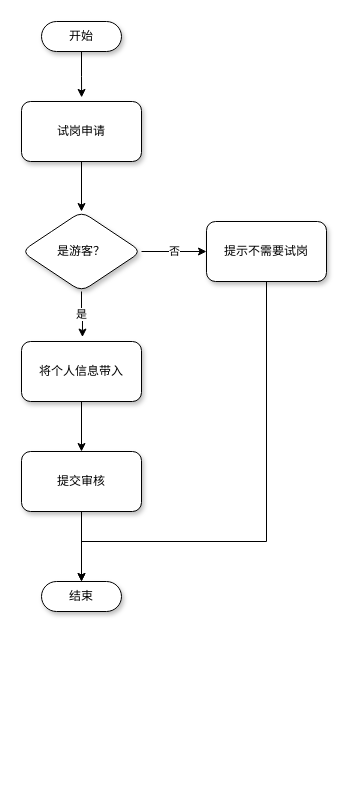
bey6/flowchart keeps this draw.io diagram as Untitled Diagram.drawio. Above is the earlier version. Source tidied: cells renumbered, new cells numbered last; positions are measured from the earlier drawing's top-left corner, leaving out a move shared by most shapes. Both pictures are drawn from the tidied source at 100%, with x=0, y=0 at pixel (21, 21).
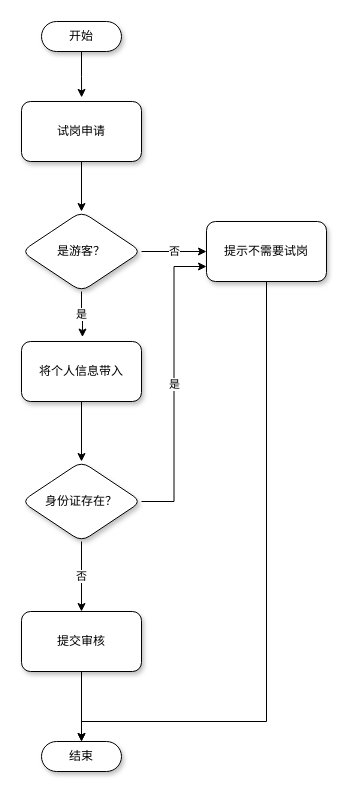
The same page after the edit.

Unchanged cells that the change refers to:
```xml
<mxCell id="9" value="提示不需要试岗" style="rounded=1;whiteSpace=wrap;html=1;shadow=1;fontFamily=LXGW WenKai;" parent="1" vertex="1">
  <mxGeometry x="185" y="200" width="120" height="60" as="geometry" />
</mxCell>
<mxCell id="12" value="将个人信息带入" style="rounded=1;whiteSpace=wrap;html=1;shadow=1;fontFamily=LXGW WenKai;" parent="1" vertex="1">
  <mxGeometry y="320" width="120" height="60" as="geometry" />
</mxCell>
```

Diff of the diagram source:
```diff
@@
     <mxCell id="2" value="结束" style="html=1;dashed=0;whiteSpace=wrap;shape=mxgraph.dfd.start;shadow=1;fontFamily=LXGW WenKai;" parent="1" vertex="1">
-      <mxGeometry x="20" y="560" width="80" height="30" as="geometry" />
+      <mxGeometry x="20" y="720" width="80" height="30" as="geometry" />
     </mxCell>
@@
     <mxCell id="10" style="edgeStyle=orthogonalEdgeStyle;rounded=0;jettySize=auto;html=1;exitX=0.5;exitY=1;exitDx=0;exitDy=0;entryX=0.5;entryY=0.5;entryDx=0;entryDy=-15;entryPerimeter=0;" parent="1" edge="1" source="9" target="2">
       <mxGeometry relative="1" as="geometry">
         <Array as="points">
-          <mxPoint x="245" y="520" />
-          <mxPoint x="60" y="520" />
+          <mxPoint x="245" y="700" />
+          <mxPoint x="60" y="700" />
         </Array>
       </mxGeometry>
     </mxCell>
-    <mxCell id="11" style="edgeStyle=orthogonalEdgeStyle;rounded=0;jettySize=auto;html=1;exitX=0.5;exitY=1;exitDx=0;exitDy=0;entryX=0.5;entryY=0;entryDx=0;entryDy=0;" parent="1" edge="1" source="12" target="15">
-      <mxGeometry relative="1" as="geometry" />
-    </mxCell>
+    <mxCell id="16" style="edgeStyle=orthogonalEdgeStyle;rounded=0;jettySize=auto;html=1;exitX=0.5;exitY=1;exitDx=0;exitDy=0;entryX=0.5;entryY=0;entryDx=0;entryDy=0;" parent="1" edge="1" source="12" target="19">
+      <mxGeometry relative="1" as="geometry" />
+    </mxCell>
@@
     <mxCell id="15" value="提交审核" style="rounded=1;whiteSpace=wrap;html=1;shadow=1;fontFamily=LXGW WenKai;" parent="1" vertex="1">
-      <mxGeometry y="430" width="120" height="60" as="geometry" />
+      <mxGeometry y="590" width="120" height="60" as="geometry" />
     </mxCell>
+    <mxCell id="17" value="否" style="edgeStyle=orthogonalEdgeStyle;rounded=0;jettySize=auto;html=1;exitX=0.5;exitY=1;exitDx=0;exitDy=0;entryX=0.5;entryY=0;entryDx=0;entryDy=0;" parent="1" edge="1" source="19" target="15">
+      <mxGeometry relative="1" as="geometry" />
+    </mxCell>
+    <mxCell id="18" value="是" style="edgeStyle=orthogonalEdgeStyle;rounded=0;jettySize=auto;html=1;exitX=1;exitY=0.5;exitDx=0;exitDy=0;entryX=0;entryY=0.75;entryDx=0;entryDy=0;" parent="1" edge="1" source="19" target="9">
+      <mxGeometry relative="1" as="geometry" />
+    </mxCell>
+    <mxCell id="19" value="身份证存在？" style="rhombus;whiteSpace=wrap;html=1;fontFamily=LXGW WenKai;shadow=1;rounded=1;" parent="1" vertex="1">
+      <mxGeometry y="440" width="120" height="80" as="geometry" />
+    </mxCell>
```
